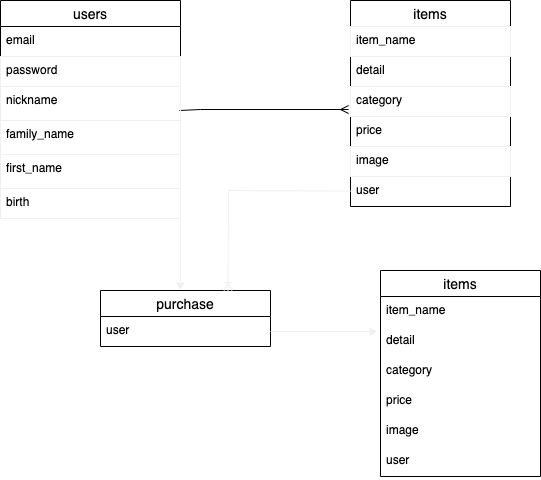
kak1-p/furima-36194 keeps this draw.io diagram as ER.drawio.png. Above is the earlier version. Source tidied: cells renumbered, new cells last; positions are measured from the earlier drawing's top-left corner, leaving out a move shared by most shapes.
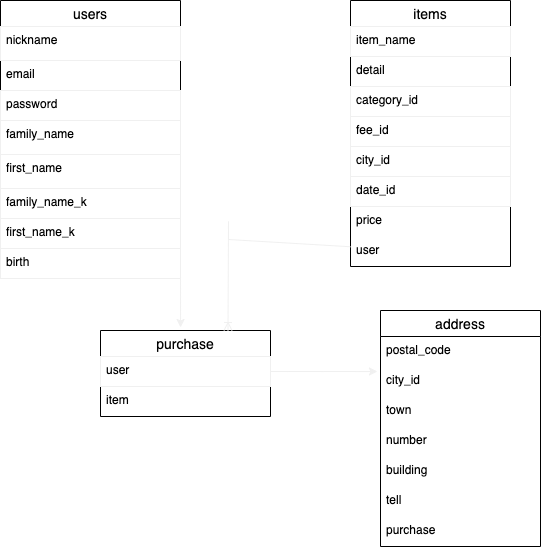
The same file after the commit.

Commit message:
ER図とREADMEの修正

What changed in the source:
```diff
@@ -2,25 +2,18 @@
   <root>
     <mxCell id="0" />
     <mxCell id="1" parent="0" />
-    <mxCell id="2" style="rounded=0;jettySize=auto;html=1;endArrow=ERmany;endFill=0;entryX=-0.012;entryY=0.767;entryDx=0;entryDy=0;entryPerimeter=0;exitX=0.994;exitY=0.706;exitDx=0;exitDy=0;exitPerimeter=0;" parent="1" edge="1" source="6" target="12">
-      <mxGeometry relative="1" as="geometry">
-        <Array as="points">
-          <mxPoint x="200" y="109" />
-        </Array>
-      </mxGeometry>
-    </mxCell>
     <mxCell id="3" value="users" style="swimlane;fontStyle=0;horizontal=1;startSize=26;align=center;fontSize=14;" parent="1" vertex="1">
       <mxGeometry width="180" height="188" as="geometry" />
     </mxCell>
+    <mxCell id="6" value="nickname" style="text;fillColor=none;spacingLeft=4;spacingRight=4;overflow=hidden;points=[[0,0.5],[1,0.5]];portConstraint=eastwest;fontSize=12;strokeColor=#f0f0f0;" parent="3" vertex="1">
+      <mxGeometry y="26" width="180" height="34" as="geometry" />
+    </mxCell>
     <mxCell id="4" value="email" style="text;strokeColor=none;fillColor=none;spacingLeft=4;spacingRight=4;overflow=hidden;fontSize=12;" parent="3" vertex="1">
-      <mxGeometry y="26" width="180" height="30" as="geometry" />
+      <mxGeometry y="60" width="180" height="30" as="geometry" />
     </mxCell>
     <mxCell id="5" value="password" style="text;fillColor=none;spacingLeft=4;spacingRight=4;overflow=hidden;fontSize=12;strokeColor=#f0f0f0;" parent="3" vertex="1">
-      <mxGeometry y="56" width="180" height="30" as="geometry" />
+      <mxGeometry y="90" width="180" height="30" as="geometry" />
     </mxCell>
-    <mxCell id="6" value="nickname" style="text;fillColor=none;spacingLeft=4;spacingRight=4;overflow=hidden;points=[[0,0.5],[1,0.5]];portConstraint=eastwest;fontSize=12;strokeColor=#f0f0f0;" parent="3" vertex="1">
-      <mxGeometry y="86" width="180" height="34" as="geometry" />
-    </mxCell>
     <mxCell id="7" value="family_name" style="text;fillColor=none;spacingLeft=4;spacingRight=4;overflow=hidden;fontSize=12;strokeColor=#f0f0f0;" parent="3" vertex="1">
       <mxGeometry y="120" width="180" height="34" as="geometry" />
     </mxCell>
@@ -28,7 +21,7 @@
       <mxGeometry y="154" width="180" height="34" as="geometry" />
     </mxCell>
     <mxCell id="9" value="items" style="swimlane;fontStyle=0;horizontal=1;startSize=26;align=center;fontSize=14;" parent="1" vertex="1">
-      <mxGeometry x="350" width="160" height="206" as="geometry" />
+      <mxGeometry x="350" width="160" height="266" as="geometry" />
     </mxCell>
     <mxCell id="10" value="item_name" style="text;fillColor=none;spacingLeft=4;spacingRight=4;overflow=hidden;fontSize=12;strokeColor=#f0f0f0;" parent="9" vertex="1">
       <mxGeometry y="26" width="160" height="30" as="geometry" />
@@ -36,62 +29,79 @@
     <mxCell id="11" value="detail" style="text;strokeColor=none;fillColor=none;spacingLeft=4;spacingRight=4;overflow=hidden;fontSize=12;" parent="9" vertex="1">
       <mxGeometry y="56" width="160" height="30" as="geometry" />
     </mxCell>
-    <mxCell id="12" value="category" style="text;fillColor=none;spacingLeft=4;spacingRight=4;overflow=hidden;points=[[0,0.5],[1,0.5]];portConstraint=eastwest;fontSize=12;strokeColor=#f0f0f0;" parent="9" vertex="1">
+    <mxCell id="12" value="category_id" style="text;fillColor=none;spacingLeft=4;spacingRight=4;overflow=hidden;points=[[0,0.5],[1,0.5]];portConstraint=eastwest;fontSize=12;strokeColor=#f0f0f0;" parent="9" vertex="1">
       <mxGeometry y="86" width="160" height="30" as="geometry" />
     </mxCell>
+    <mxCell id="14" value="fee_id" style="text;fillColor=none;spacingLeft=4;spacingRight=4;overflow=hidden;fontSize=12;strokeColor=#f0f0f0;" parent="9" vertex="1">
+      <mxGeometry y="116" width="160" height="30" as="geometry" />
+    </mxCell>
+    <mxCell id="29" value="city_id" style="text;fillColor=none;spacingLeft=4;spacingRight=4;overflow=hidden;fontSize=12;strokeColor=#f0f0f0;" parent="9" vertex="1">
+      <mxGeometry y="146" width="160" height="30" as="geometry" />
+    </mxCell>
+    <mxCell id="30" value="date_id" style="text;fillColor=none;spacingLeft=4;spacingRight=4;overflow=hidden;fontSize=12;strokeColor=#f0f0f0;" parent="9" vertex="1">
+      <mxGeometry y="176" width="160" height="30" as="geometry" />
+    </mxCell>
     <mxCell id="13" value="price" style="text;strokeColor=none;fillColor=none;spacingLeft=4;spacingRight=4;overflow=hidden;fontSize=12;" parent="9" vertex="1">
-      <mxGeometry y="116" width="160" height="30" as="geometry" />
+      <mxGeometry y="206" width="160" height="30" as="geometry" />
     </mxCell>
-    <mxCell id="14" value="image" style="text;fillColor=none;spacingLeft=4;spacingRight=4;overflow=hidden;fontSize=12;strokeColor=#f0f0f0;" parent="9" vertex="1">
-      <mxGeometry y="146" width="160" height="30" as="geometry" />
-    </mxCell>
     <mxCell id="15" value="user" style="text;strokeColor=none;fillColor=none;spacingLeft=4;spacingRight=4;overflow=hidden;points=[[0,0.5],[1,0.5]];portConstraint=eastwest;fontSize=12;" parent="9" vertex="1">
-      <mxGeometry y="176" width="160" height="30" as="geometry" />
+      <mxGeometry y="236" width="160" height="30" as="geometry" />
     </mxCell>
     <mxCell id="16" value="purchase" style="swimlane;fontStyle=0;horizontal=1;startSize=26;align=center;fontSize=14;" parent="1" vertex="1">
-      <mxGeometry x="100" y="290" width="170" height="56" as="geometry" />
+      <mxGeometry x="100" y="330" width="170" height="86" as="geometry" />
     </mxCell>
-    <mxCell id="17" value="user" style="text;strokeColor=none;fillColor=none;spacingLeft=4;spacingRight=4;overflow=hidden;points=[[0,0.5],[1,0.5]];portConstraint=eastwest;fontSize=12;" parent="16" vertex="1">
+    <mxCell id="17" value="user" style="text;fillColor=none;spacingLeft=4;spacingRight=4;overflow=hidden;points=[[0,0.5],[1,0.5]];portConstraint=eastwest;fontSize=12;strokeColor=#f0f0f0;" parent="16" vertex="1">
       <mxGeometry y="26" width="170" height="30" as="geometry" />
     </mxCell>
+    <mxCell id="31" value="item" style="text;strokeColor=none;fillColor=none;spacingLeft=4;spacingRight=4;overflow=hidden;fontSize=12;" parent="16" vertex="1">
+      <mxGeometry y="56" width="170" height="30" as="geometry" />
+    </mxCell>
-    <mxCell id="18" value="items" style="swimlane;fontStyle=0;horizontal=1;startSize=26;align=center;fontSize=14;" parent="1" vertex="1">
-      <mxGeometry x="380" y="270" width="160" height="206" as="geometry" />
+    <mxCell id="18" value="address" style="swimlane;fontStyle=0;horizontal=1;startSize=26;align=center;fontSize=14;" parent="1" vertex="1">
+      <mxGeometry x="380" y="310" width="160" height="236" as="geometry" />
     </mxCell>
-    <mxCell id="19" value="item_name" style="text;strokeColor=none;fillColor=none;spacingLeft=4;spacingRight=4;overflow=hidden;fontSize=12;" parent="18" vertex="1">
+    <mxCell id="19" value="postal_code" style="text;strokeColor=none;fillColor=none;spacingLeft=4;spacingRight=4;overflow=hidden;fontSize=12;" parent="18" vertex="1">
       <mxGeometry y="26" width="160" height="30" as="geometry" />
     </mxCell>
-    <mxCell id="20" value="detail" style="text;strokeColor=none;fillColor=none;spacingLeft=4;spacingRight=4;overflow=hidden;points=[[0,0.5],[1,0.5]];portConstraint=eastwest;fontSize=12;" parent="18" vertex="1">
+    <mxCell id="20" value="city_id" style="text;strokeColor=none;fillColor=none;spacingLeft=4;spacingRight=4;overflow=hidden;points=[[0,0.5],[1,0.5]];portConstraint=eastwest;fontSize=12;" parent="18" vertex="1">
       <mxGeometry y="56" width="160" height="30" as="geometry" />
     </mxCell>
-    <mxCell id="21" value="category" style="text;strokeColor=none;fillColor=none;spacingLeft=4;spacingRight=4;overflow=hidden;fontSize=12;" parent="18" vertex="1">
+    <mxCell id="21" value="town" style="text;strokeColor=none;fillColor=none;spacingLeft=4;spacingRight=4;overflow=hidden;fontSize=12;" parent="18" vertex="1">
       <mxGeometry y="86" width="160" height="30" as="geometry" />
     </mxCell>
-    <mxCell id="22" value="price" style="text;strokeColor=none;fillColor=none;spacingLeft=4;spacingRight=4;overflow=hidden;fontSize=12;" parent="18" vertex="1">
-      <mxGeometry y="116" width="160" height="30" as="geometry" />
-    </mxCell>
-    <mxCell id="23" value="image" style="text;strokeColor=none;fillColor=none;spacingLeft=4;spacingRight=4;overflow=hidden;fontSize=12;" parent="18" vertex="1">
-      <mxGeometry y="146" width="160" height="30" as="geometry" />
-    </mxCell>
-    <mxCell id="24" value="user" style="text;strokeColor=none;fillColor=none;spacingLeft=4;spacingRight=4;overflow=hidden;fontSize=12;" parent="18" vertex="1">
-      <mxGeometry y="176" width="160" height="30" as="geometry" />
-    </mxCell>
+    <mxCell id="32" value="number" style="text;strokeColor=none;fillColor=none;spacingLeft=4;spacingRight=4;overflow=hidden;fontSize=12;" parent="18" vertex="1">
+      <mxGeometry y="116" width="160" height="30" as="geometry" />
+    </mxCell>
+    <mxCell id="33" value="building" style="text;strokeColor=none;fillColor=none;spacingLeft=4;spacingRight=4;overflow=hidden;fontSize=12;" parent="18" vertex="1">
+      <mxGeometry y="146" width="160" height="30" as="geometry" />
+    </mxCell>
+    <mxCell id="34" value="tell" style="text;strokeColor=none;fillColor=none;spacingLeft=4;spacingRight=4;overflow=hidden;fontSize=12;" parent="18" vertex="1">
+      <mxGeometry y="176" width="160" height="30" as="geometry" />
+    </mxCell>
+    <mxCell id="35" value="purchase" style="text;strokeColor=none;fillColor=none;spacingLeft=4;spacingRight=4;overflow=hidden;fontSize=12;" parent="18" vertex="1">
+      <mxGeometry y="206" width="160" height="30" as="geometry" />
+    </mxCell>
-    <mxCell id="25" style="edgeStyle=none;rounded=0;jettySize=auto;html=1;exitX=1;exitY=0.5;exitDx=0;exitDy=0;endArrow=classic;endFill=1;strokeColor=#f0f0f0;" parent="1" edge="1" source="26">
-      <mxGeometry relative="1" as="geometry">
-        <mxPoint x="180" y="290" as="targetPoint" />
-      </mxGeometry>
+    <mxCell id="25" style="edgeStyle=none;rounded=0;jettySize=auto;html=1;exitX=1;exitY=0.5;exitDx=0;exitDy=0;endArrow=classic;endFill=1;strokeColor=#f0f0f0;entryX=0.471;entryY=-0.035;entryDx=0;entryDy=0;entryPerimeter=0;" parent="1" edge="1" source="26" target="16">
+      <mxGeometry relative="1" as="geometry" />
     </mxCell>
     <mxCell id="26" value="birth" style="text;fillColor=none;spacingLeft=4;spacingRight=4;overflow=hidden;points=[[0,0.5],[1,0.5]];portConstraint=eastwest;fontSize=12;strokeColor=#f0f0f0;" parent="1" vertex="1">
-      <mxGeometry y="188" width="180" height="30" as="geometry" />
+      <mxGeometry y="248" width="180" height="30" as="geometry" />
     </mxCell>
     <mxCell id="27" style="edgeStyle=none;rounded=0;jettySize=auto;html=1;entryX=0.75;entryY=0;entryDx=0;entryDy=0;endArrow=ERoneToMany;endFill=0;strokeColor=#f0f0f0;" parent="1" edge="1" source="15" target="16">
       <mxGeometry relative="1" as="geometry">
         <Array as="points">
-          <mxPoint x="228" y="190" />
+          <mxPoint x="228" y="239" />
+          <mxPoint x="228" y="221" />
         </Array>
       </mxGeometry>
     </mxCell>
     <mxCell id="28" style="edgeStyle=none;rounded=0;jettySize=auto;html=1;entryX=-0.019;entryY=0.167;entryDx=0;entryDy=0;entryPerimeter=0;endArrow=classic;endFill=1;strokeColor=#f0f0f0;" parent="1" edge="1" source="17" target="20">
       <mxGeometry relative="1" as="geometry" />
     </mxCell>
+    <mxCell id="36" value="first_name_k" style="text;fillColor=none;spacingLeft=4;spacingRight=4;overflow=hidden;fontSize=12;strokeColor=#f0f0f0;" parent="1" vertex="1">
+      <mxGeometry y="218" width="180" height="30" as="geometry" />
+    </mxCell>
+    <mxCell id="37" value="family_name_k" style="text;fillColor=none;spacingLeft=4;spacingRight=4;overflow=hidden;fontSize=12;strokeColor=#f0f0f0;" parent="1" vertex="1">
+      <mxGeometry y="188" width="180" height="30" as="geometry" />
+    </mxCell>
   </root>
 </mxGraphModel>
```
